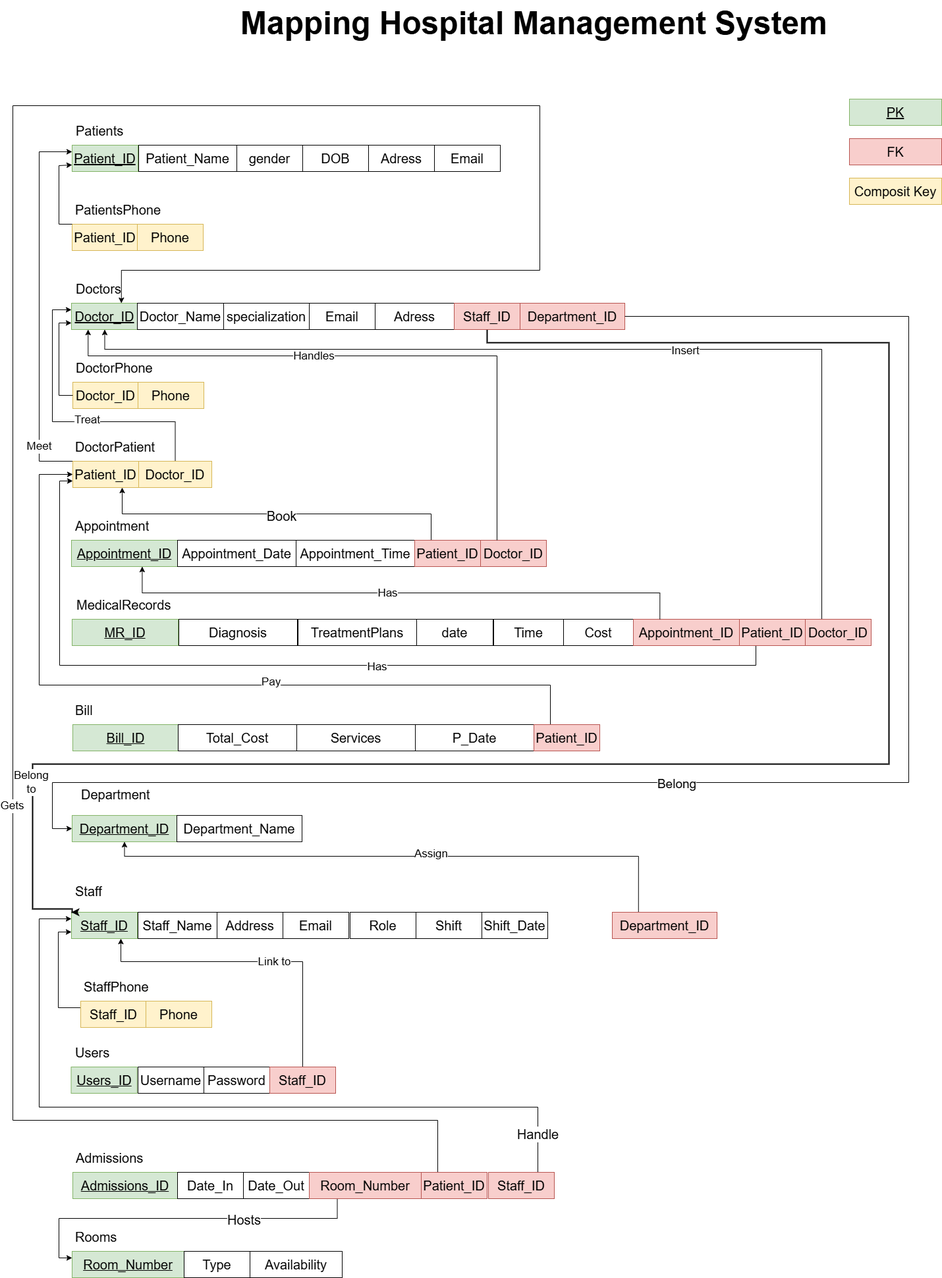
Above: images/MappingHospitalManagementSystem-1.png in MathlaALw/SQL-Database-Project-HospitalManagementSystem (draw.io), before the change. Source tidied: cells renumbered, new cells last; positions are measured from the earlier drawing's top-left corner, leaving out a move shared by most shapes.
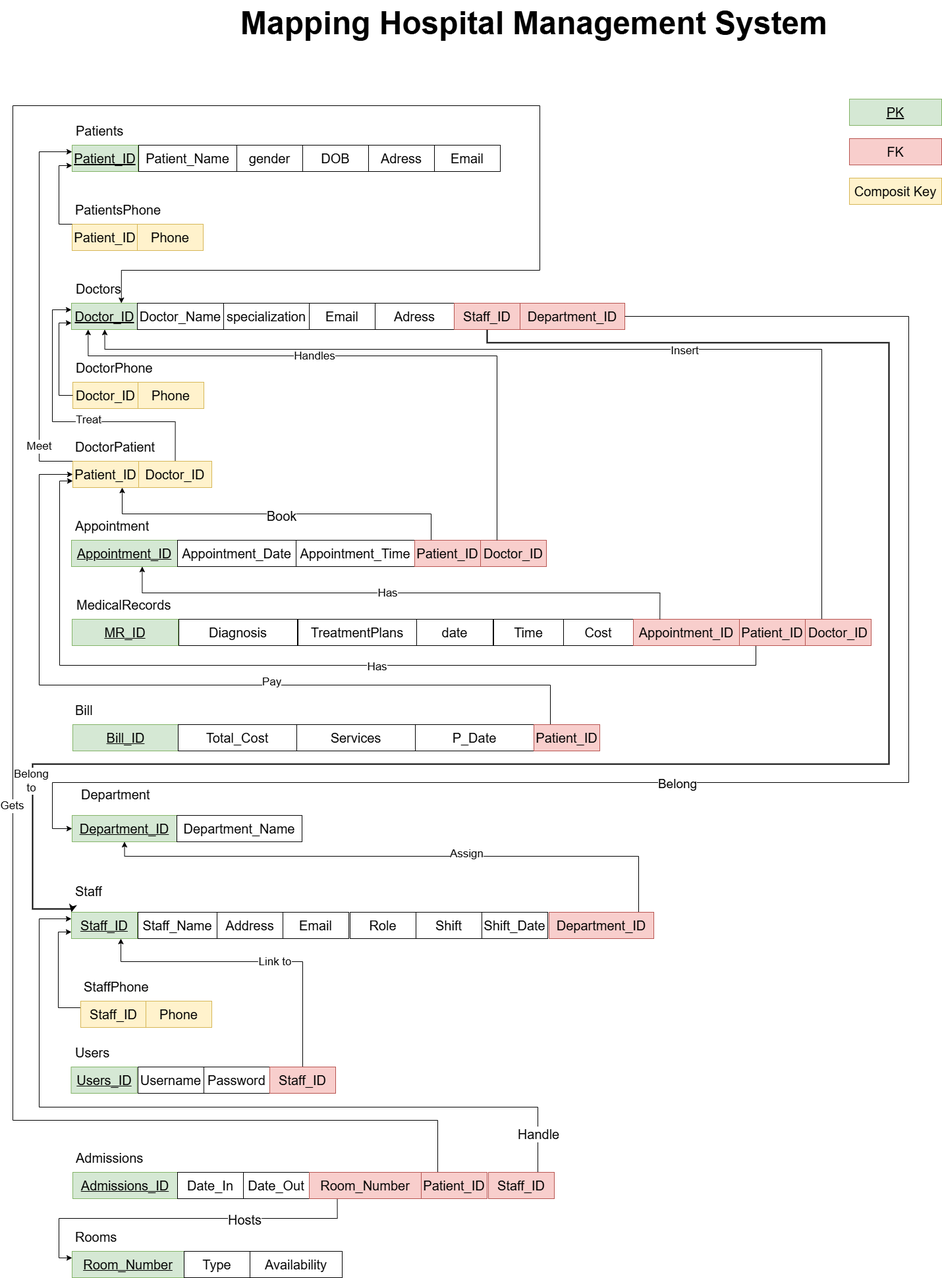
After the commit.

Commit message:
Adding Staff_ID as FK in Users Table

Change to the diagram source:
```diff
@@ -172,7 +172,7 @@
       </mxGeometry>
     </mxCell>
     <mxCell id="46" value="&lt;span style=&quot;font-size: 20px; text-align: left;&quot;&gt;Department_ID&lt;/span&gt;" style="whiteSpace=wrap;html=1;align=center;fillColor=#f8cecc;strokeColor=#b85450;fontStyle=0;" parent="1" vertex="1">
-      <mxGeometry x="910" y="1385" width="159" height="40" as="geometry" />
+      <mxGeometry x="814" y="1385" width="159" height="40" as="geometry" />
     </mxCell>
     <mxCell id="47" value="Appointment" style="text;strokeColor=none;fillColor=none;spacingLeft=4;spacingRight=4;overflow=hidden;fontSize=20;whiteSpace=wrap;html=1;" parent="1" vertex="1">
       <mxGeometry x="89" y="780" width="131" height="30" as="geometry" />
@@ -428,8 +428,9 @@
     <mxCell id="112" value="&lt;span style=&quot;font-size: 20px;&quot;&gt;Email&lt;/span&gt;" style="whiteSpace=wrap;html=1;align=center;" parent="1" vertex="1">
       <mxGeometry x="640" y="220" width="100" height="40" as="geometry" />
     </mxCell>
-    <mxCell id="113" style="edgeStyle=orthogonalEdgeStyle;rounded=0;jettySize=auto;html=1;exitX=0;exitY=0;exitDx=0;exitDy=0;entryX=0.5;entryY=1;entryDx=0;entryDy=0;strokeWidth=2;endArrow=none;startFill=1;startArrow=classic;" parent="1" edge="1" source="38" target="115">
+    <mxCell id="113" style="edgeStyle=orthogonalEdgeStyle;rounded=0;jettySize=auto;html=1;exitX=0;exitY=0;exitDx=0;exitDy=0;entryX=0.5;entryY=1;entryDx=0;entryDy=0;strokeWidth=2;endArrow=none;startFill=1;startArrow=classic;" parent="1" edge="1" source="38">
       <mxGeometry relative="1" as="geometry">
+        <mxPoint x="720" y="500" as="targetPoint" />
         <Array as="points">
           <mxPoint x="90" y="1380" />
           <mxPoint x="30" y="1380" />
```
